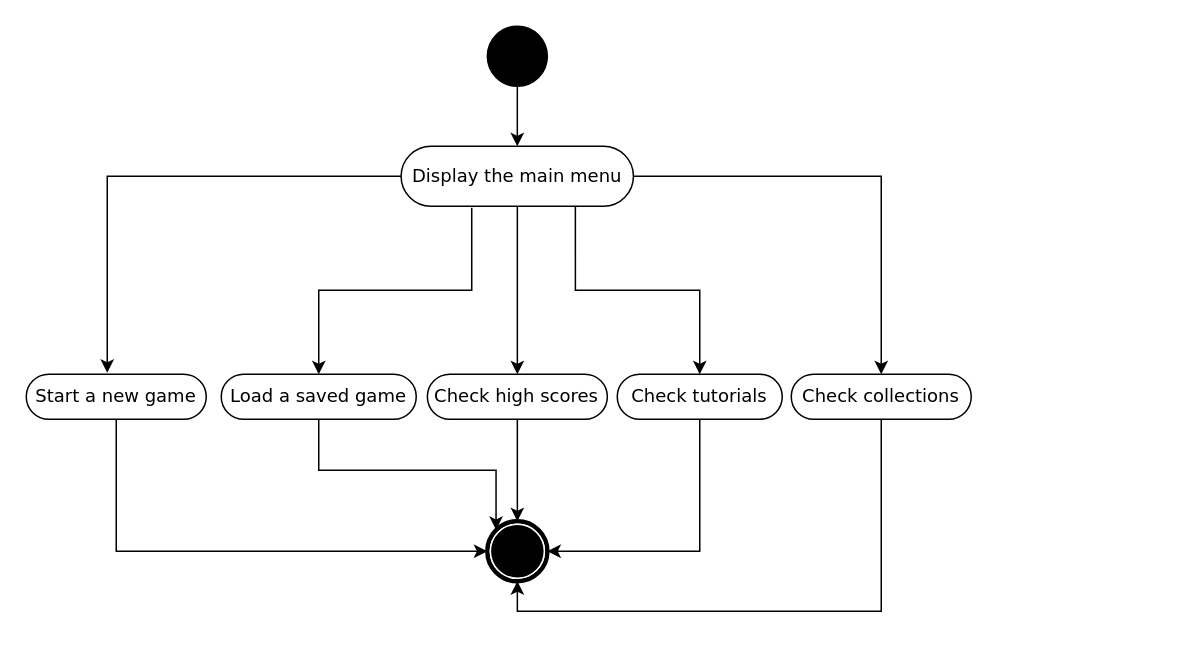
Earlier version of the draw.io diagram main menu options.drawio (maxinimize/uml). Source tidied: cells renumbered, new cells numbered last; positions are measured from the earlier drawing's top-left corner, leaving out a move shared by most shapes. Both pictures are drawn from the tidied source at 150%, with x=0, y=0 at pixel (26, 26).
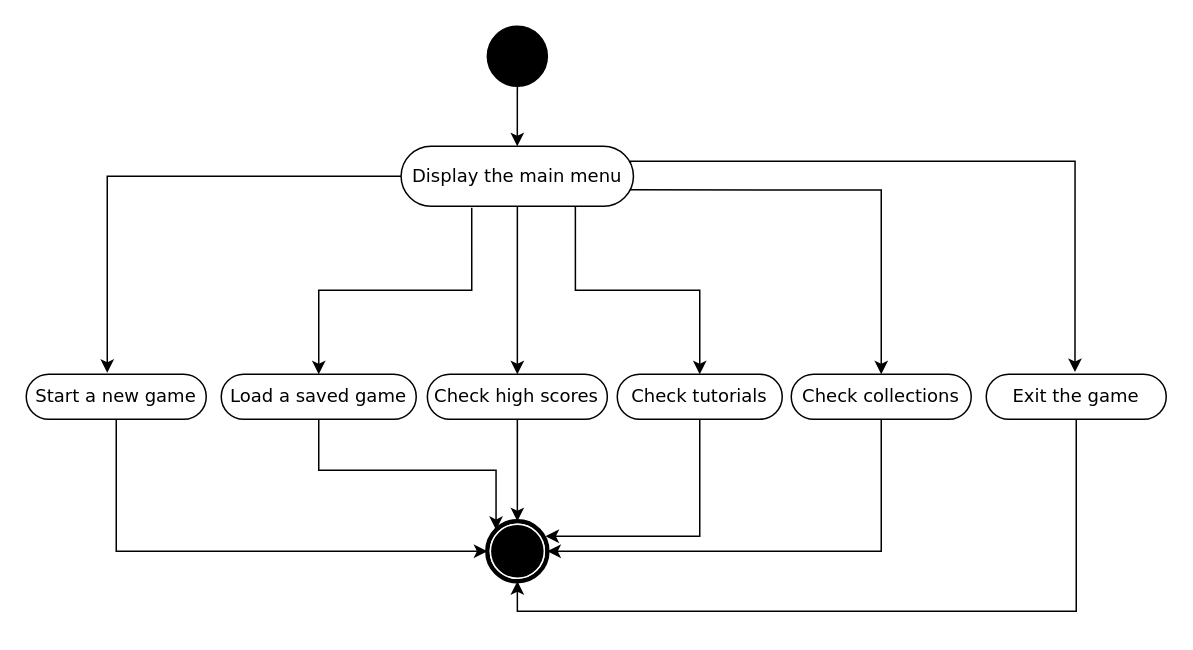
The same diagram, later.

The change refers to these unchanged cells:
```xml
<mxCell id="5" style="shape=mxgraph.bpmn.shape;html=1;verticalLabelPosition=bottom;labelBackgroundColor=#ffffff;verticalAlign=top;perimeter=ellipsePerimeter;outline=end;symbol=terminate;rounded=0;shadow=0;comic=0;strokeWidth=1;fontFamily=Verdana;fontSize=12;align=center;" parent="1" vertex="1">
  <mxGeometry x="307.4" y="330" width="40" height="40" as="geometry" />
</mxCell>
<mxCell id="9" value="Display the main menu" style="rounded=1;whiteSpace=wrap;html=1;shadow=0;comic=0;labelBackgroundColor=none;strokeWidth=1;fontFamily=Verdana;fontSize=12;align=center;arcSize=50;" parent="1" vertex="1">
  <mxGeometry x="249.9" y="80" width="154.9" height="40" as="geometry" />
</mxCell>
<mxCell id="13" value="Check tutorials" style="rounded=1;whiteSpace=wrap;html=1;shadow=0;comic=0;labelBackgroundColor=none;strokeWidth=1;fontFamily=Verdana;fontSize=12;align=center;arcSize=50;" parent="1" vertex="1">
  <mxGeometry x="394" y="232" width="110" height="30" as="geometry" />
</mxCell>
<mxCell id="14" value="Check collections" style="rounded=1;whiteSpace=wrap;html=1;shadow=0;comic=0;labelBackgroundColor=none;strokeWidth=1;fontFamily=Verdana;fontSize=12;align=center;arcSize=50;" parent="1" vertex="1">
  <mxGeometry x="510" y="232" width="120" height="30" as="geometry" />
</mxCell>
```

Diff of the diagram source:
```diff
@@
-    <mxCell id="7" style="edgeStyle=orthogonalEdgeStyle;rounded=0;jettySize=auto;html=1;entryX=0.5;entryY=0;entryDx=0;entryDy=0;" parent="1" edge="1" source="9" target="14">
-      <mxGeometry relative="1" as="geometry" />
+    <mxCell id="7" style="edgeStyle=orthogonalEdgeStyle;rounded=0;jettySize=auto;html=1;entryX=0.5;entryY=0;entryDx=0;entryDy=0;exitX=0.971;exitY=0.727;exitDx=0;exitDy=0;exitPerimeter=0;" parent="1" edge="1" source="9" target="14">
+      <mxGeometry relative="1" as="geometry">
+        <Array as="points">
+          <mxPoint x="570" y="109" />
+        </Array>
+      </mxGeometry>
     </mxCell>
@@
-    <mxCell id="17" style="edgeStyle=orthogonalEdgeStyle;rounded=0;jettySize=auto;html=1;exitX=0.5;exitY=1;exitDx=0;exitDy=0;entryX=1;entryY=0.5;entryDx=0;entryDy=0;" parent="1" edge="1" source="13" target="5">
-      <mxGeometry relative="1" as="geometry" />
+    <mxCell id="17" style="edgeStyle=orthogonalEdgeStyle;rounded=0;jettySize=auto;html=1;exitX=0.5;exitY=1;exitDx=0;exitDy=0;entryX=0.969;entryY=0.25;entryDx=0;entryDy=0;entryPerimeter=0;" parent="1" edge="1" source="13" target="5">
+      <mxGeometry relative="1" as="geometry">
+        <Array as="points">
+          <mxPoint x="449" y="340" />
+        </Array>
+      </mxGeometry>
     </mxCell>
-    <mxCell id="18" style="edgeStyle=orthogonalEdgeStyle;rounded=0;jettySize=auto;html=1;exitX=0.5;exitY=1;exitDx=0;exitDy=0;entryX=0.5;entryY=1;entryDx=0;entryDy=0;" parent="1" edge="1" source="14" target="5">
-      <mxGeometry relative="1" as="geometry" />
+    <mxCell id="18" style="edgeStyle=orthogonalEdgeStyle;rounded=0;jettySize=auto;html=1;exitX=0.5;exitY=1;exitDx=0;exitDy=0;entryX=1;entryY=0.5;entryDx=0;entryDy=0;" parent="1" edge="1" source="14" target="5">
+      <mxGeometry relative="1" as="geometry">
+        <Array as="points">
+          <mxPoint x="570" y="350" />
+        </Array>
+      </mxGeometry>
     </mxCell>
@@
+    <mxCell id="21" style="edgeStyle=orthogonalEdgeStyle;rounded=0;jettySize=auto;html=1;entryX=0.5;entryY=1;entryDx=0;entryDy=0;" parent="1" edge="1" source="22" target="5">
+      <mxGeometry relative="1" as="geometry">
+        <Array as="points">
+          <mxPoint x="700" y="390" />
+          <mxPoint x="327" y="390" />
+        </Array>
+      </mxGeometry>
+    </mxCell>
+    <mxCell id="22" value="Exit the game" style="rounded=1;whiteSpace=wrap;html=1;shadow=0;comic=0;labelBackgroundColor=none;strokeWidth=1;fontFamily=Verdana;fontSize=12;align=center;arcSize=50;" parent="1" vertex="1">
+      <mxGeometry x="640" y="232" width="120" height="30" as="geometry" />
+    </mxCell>
+    <mxCell id="23" style="edgeStyle=orthogonalEdgeStyle;rounded=0;jettySize=auto;html=1;entryX=0.493;entryY=-0.05;entryDx=0;entryDy=0;entryPerimeter=0;exitX=0.987;exitY=0.28;exitDx=0;exitDy=0;exitPerimeter=0;" parent="1" edge="1" source="9" target="22">
+      <mxGeometry relative="1" as="geometry">
+        <Array as="points">
+          <mxPoint x="403" y="90" />
+          <mxPoint x="699" y="90" />
+        </Array>
+      </mxGeometry>
+    </mxCell>
```
